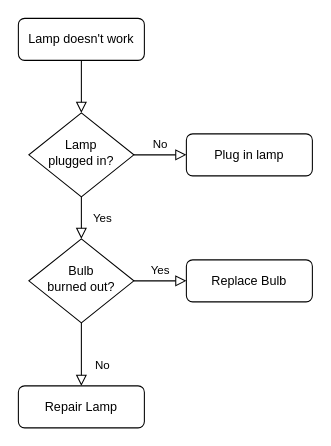
Above: junjun.drawio in zfjfirst/zfj_git (draw.io), before the change. Source tidied: cells renumbered, new cells numbered last; positions are measured from the earlier drawing's top-left corner, leaving out a move shared by most shapes. Both pictures are drawn from the tidied source at 105%, with x=0, y=0 at pixel (18, 18).
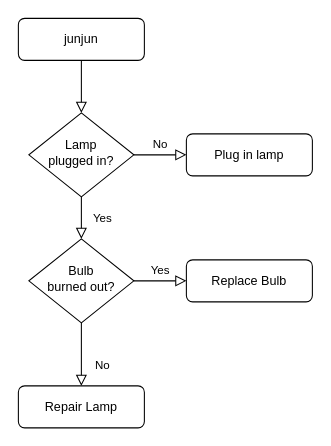
After the change.

Change to the diagram source:
```diff
@@
 <mxGraphModel>
   <root>
     <mxCell id="0" />
     <mxCell id="1" parent="0" />
     <mxCell id="2" style="rounded=0;html=1;jettySize=auto;fontSize=11;endArrow=block;endFill=0;endSize=8;strokeWidth=1;shadow=0;labelBackgroundColor=none;edgeStyle=orthogonalEdgeStyle;" parent="1" edge="1" source="3" target="6">
       <mxGeometry relative="1" as="geometry" />
     </mxCell>
-    <mxCell id="3" value="Lamp doesn't work" style="rounded=1;whiteSpace=wrap;html=1;fontSize=12;glass=0;strokeWidth=1;shadow=0;" parent="1" vertex="1">
+    <mxCell id="3" value="junjun" style="rounded=1;whiteSpace=wrap;html=1;fontSize=12;glass=0;strokeWidth=1;shadow=0;" parent="1" vertex="1">
       <mxGeometry width="120" height="40" as="geometry" />
     </mxCell>
     <mxCell id="4" value="Yes" style="rounded=0;html=1;jettySize=auto;fontSize=11;endArrow=block;endFill=0;endSize=8;strokeWidth=1;shadow=0;labelBackgroundColor=none;edgeStyle=orthogonalEdgeStyle;" parent="1" edge="1" source="6" target="10">
       <mxGeometry y="20" relative="1" as="geometry" />
     </mxCell>
     <mxCell id="5" value="No" style="edgeStyle=orthogonalEdgeStyle;rounded=0;html=1;jettySize=auto;fontSize=11;endArrow=block;endFill=0;endSize=8;strokeWidth=1;shadow=0;labelBackgroundColor=none;" parent="1" edge="1" source="6" target="7">
       <mxGeometry y="10" relative="1" as="geometry" />
     </mxCell>
     <mxCell id="6" value="Lamp&lt;br&gt;plugged in?" style="rhombus;whiteSpace=wrap;html=1;shadow=0;fontFamily=Helvetica;fontSize=12;align=center;strokeWidth=1;spacing=6;spacingTop=-4;" parent="1" vertex="1">
       <mxGeometry x="10" y="90" width="100" height="80" as="geometry" />
     </mxCell>
     <mxCell id="7" value="Plug in lamp" style="rounded=1;whiteSpace=wrap;html=1;fontSize=12;glass=0;strokeWidth=1;shadow=0;" parent="1" vertex="1">
       <mxGeometry x="160" y="110" width="120" height="40" as="geometry" />
     </mxCell>
     <mxCell id="8" value="No" style="rounded=0;html=1;jettySize=auto;fontSize=11;endArrow=block;endFill=0;endSize=8;strokeWidth=1;shadow=0;labelBackgroundColor=none;edgeStyle=orthogonalEdgeStyle;" parent="1" edge="1" source="10" target="11">
       <mxGeometry x="0.33" y="20" relative="1" as="geometry" />
     </mxCell>
     <mxCell id="9" value="Yes" style="edgeStyle=orthogonalEdgeStyle;rounded=0;html=1;jettySize=auto;fontSize=11;endArrow=block;endFill=0;endSize=8;strokeWidth=1;shadow=0;labelBackgroundColor=none;" parent="1" edge="1" source="10" target="12">
       <mxGeometry y="10" relative="1" as="geometry" />
     </mxCell>
     <mxCell id="10" value="Bulb&lt;br&gt;burned out?" style="rhombus;whiteSpace=wrap;html=1;shadow=0;fontFamily=Helvetica;fontSize=12;align=center;strokeWidth=1;spacing=6;spacingTop=-4;" parent="1" vertex="1">
       <mxGeometry x="10" y="210" width="100" height="80" as="geometry" />
     </mxCell>
     <mxCell id="11" value="Repair Lamp" style="rounded=1;whiteSpace=wrap;html=1;fontSize=12;glass=0;strokeWidth=1;shadow=0;" parent="1" vertex="1">
       <mxGeometry y="350" width="120" height="40" as="geometry" />
     </mxCell>
     <mxCell id="12" value="Replace Bulb" style="rounded=1;whiteSpace=wrap;html=1;fontSize=12;glass=0;strokeWidth=1;shadow=0;" parent="1" vertex="1">
       <mxGeometry x="160" y="230" width="120" height="40" as="geometry" />
     </mxCell>
   </root>
 </mxGraphModel>
```
